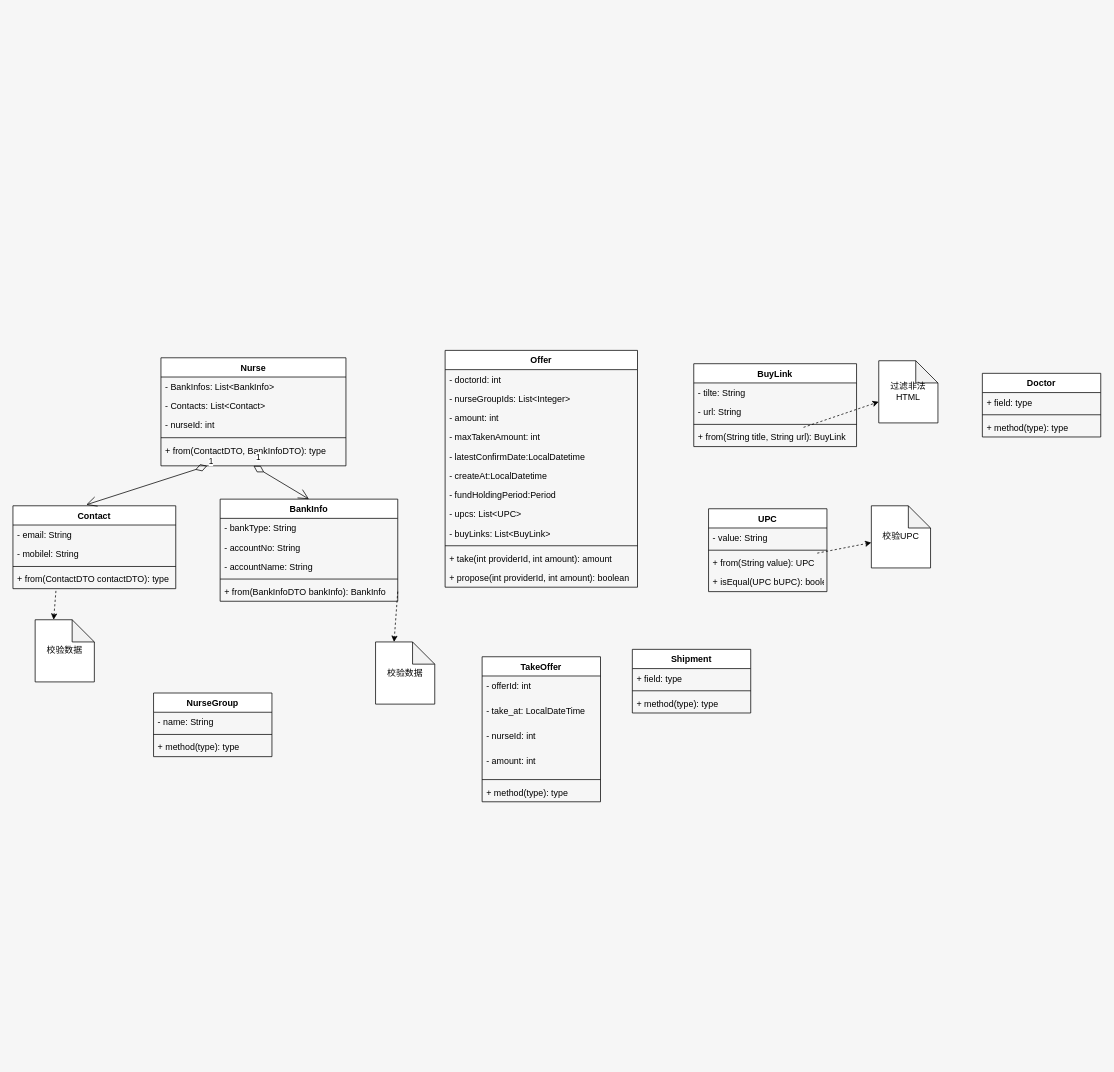
Above: YH_Offer_DomainModel.drawio in rockysynergy/draws (draw.io), before the change. Source tidied: cells renumbered, new cells numbered last; positions are measured from the earlier drawing's top-left corner, leaving out a move shared by most shapes. Both pictures are drawn from the tidied source at 74%, with x=0, y=0 at pixel (13, 350).
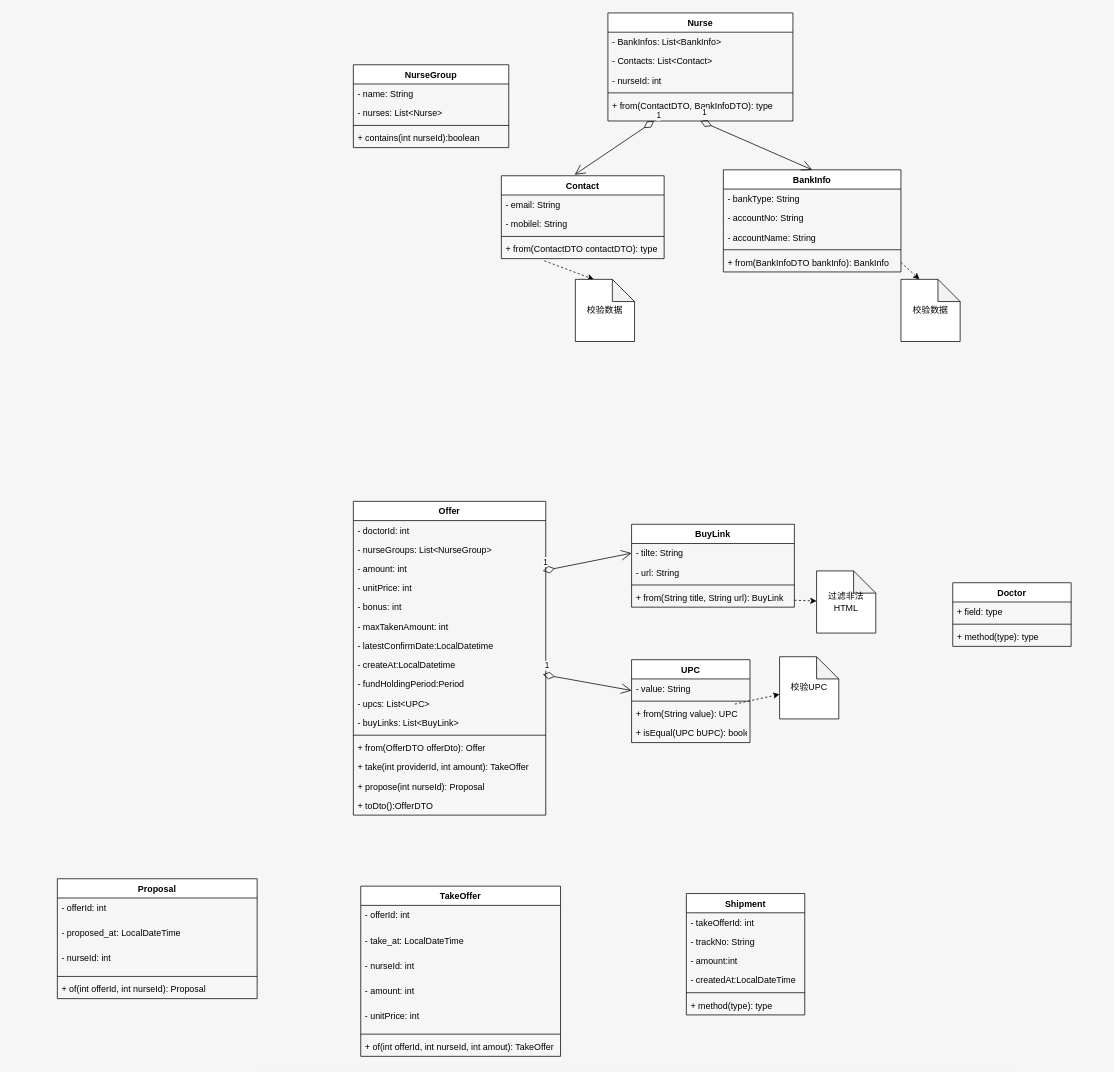
Above is the later version.

The change refers to these unchanged cells:
```xml
<mxCell id="61" value="- tilte: String" style="text;strokeColor=none;fillColor=none;align=left;verticalAlign=top;spacingLeft=4;spacingRight=4;overflow=hidden;points=[[0,0.5],[1,0.5]];portConstraint=eastwest;" parent="60" vertex="1">
  <mxGeometry y="26" width="220" height="26" as="geometry" />
</mxCell>
```

What changed in the source:
```diff
@@
     <mxCell id="2" value="Offer" style="swimlane;fontStyle=1;align=center;verticalAlign=top;horizontal=1;startSize=26;" parent="1" vertex="1">
-      <mxGeometry x="584" width="260" height="320" as="geometry" />
+      <mxGeometry x="460" y="204" width="260" height="424" as="geometry" />
     </mxCell>
@@
-    <mxCell id="4" value="- nurseGroupIds: List&lt;Integer&gt;" style="text;strokeColor=none;fillColor=none;align=left;verticalAlign=top;spacingLeft=4;spacingRight=4;overflow=hidden;" parent="2" vertex="1">
+    <mxCell id="4" value="- nurseGroups: List&lt;NurseGroup&gt;" style="text;strokeColor=none;fillColor=none;align=left;verticalAlign=top;spacingLeft=4;spacingRight=4;overflow=hidden;" parent="2" vertex="1">
       <mxGeometry y="52" width="260" height="26" as="geometry" />
     </mxCell>
@@
+    <mxCell id="71" value="1" style="endArrow=open;html=1;endSize=12;startArrow=diamondThin;startSize=14;startFill=0;align=left;verticalAlign=bottom;rounded=0;entryX=0;entryY=0.5;entryDx=0;entryDy=0;" parent="2" edge="1" target="61">
+      <mxGeometry x="-1" y="3" relative="1" as="geometry">
+        <mxPoint x="256" y="94" as="sourcePoint" />
+      </mxGeometry>
+    </mxCell>
+    <mxCell id="72" value="- unitPrice: int" style="text;strokeColor=none;fillColor=none;align=left;verticalAlign=top;spacingLeft=4;spacingRight=4;overflow=hidden;" parent="2" vertex="1">
+      <mxGeometry y="104" width="260" height="26" as="geometry" />
+    </mxCell>
+    <mxCell id="73" value="- bonus: int" style="text;strokeColor=none;fillColor=none;align=left;verticalAlign=top;spacingLeft=4;spacingRight=4;overflow=hidden;" parent="2" vertex="1">
+      <mxGeometry y="130" width="260" height="26" as="geometry" />
+    </mxCell>
     <mxCell id="6" value="- maxTakenAmount: int" style="text;strokeColor=none;fillColor=none;align=left;verticalAlign=top;spacingLeft=4;spacingRight=4;overflow=hidden;" parent="2" vertex="1">
-      <mxGeometry y="104" width="260" height="26" as="geometry" />
+      <mxGeometry y="156" width="260" height="26" as="geometry" />
     </mxCell>
     <mxCell id="7" value="- latestConfirmDate:LocalDatetime" style="text;strokeColor=none;fillColor=none;align=left;verticalAlign=top;spacingLeft=4;spacingRight=4;overflow=hidden;" parent="2" vertex="1">
-      <mxGeometry y="130" width="260" height="26" as="geometry" />
+      <mxGeometry y="182" width="260" height="26" as="geometry" />
     </mxCell>
     <mxCell id="8" value="- createAt:LocalDatetime" style="text;strokeColor=none;fillColor=none;align=left;verticalAlign=top;spacingLeft=4;spacingRight=4;overflow=hidden;" parent="2" vertex="1">
-      <mxGeometry y="156" width="260" height="26" as="geometry" />
+      <mxGeometry y="208" width="260" height="26" as="geometry" />
     </mxCell>
     <mxCell id="9" value="- fundHoldingPeriod:Period" style="text;strokeColor=none;fillColor=none;align=left;verticalAlign=top;spacingLeft=4;spacingRight=4;overflow=hidden;" parent="2" vertex="1">
-      <mxGeometry y="182" width="260" height="26" as="geometry" />
+      <mxGeometry y="234" width="260" height="26" as="geometry" />
     </mxCell>
     <mxCell id="10" value="- upcs: List&lt;UPC&gt;" style="text;strokeColor=none;fillColor=none;align=left;verticalAlign=top;spacingLeft=4;spacingRight=4;overflow=hidden;" parent="2" vertex="1">
-      <mxGeometry y="208" width="260" height="26" as="geometry" />
+      <mxGeometry y="260" width="260" height="26" as="geometry" />
     </mxCell>
     <mxCell id="11" value="- buyLinks: List&lt;BuyLink&gt;" style="text;strokeColor=none;fillColor=none;align=left;verticalAlign=top;spacingLeft=4;spacingRight=4;overflow=hidden;" parent="2" vertex="1">
-      <mxGeometry y="234" width="260" height="26" as="geometry" />
+      <mxGeometry y="286" width="260" height="26" as="geometry" />
     </mxCell>
     <mxCell id="12" style="line;strokeWidth=1;fillColor=none;align=left;verticalAlign=middle;spacingTop=-1;spacingLeft=3;spacingRight=3;labelPosition=right;" parent="2" vertex="1">
-      <mxGeometry y="260" width="260" height="8" as="geometry" />
+      <mxGeometry y="312" width="260" height="8" as="geometry" />
     </mxCell>
+    <mxCell id="74" value="+ from(OfferDTO offerDto): Offer" style="text;strokeColor=none;fillColor=none;align=left;verticalAlign=top;spacingLeft=4;spacingRight=4;overflow=hidden;" parent="2" vertex="1">
+      <mxGeometry y="320" width="260" height="26" as="geometry" />
+    </mxCell>
-    <mxCell id="13" value="+ take(int providerId, int amount): amount" style="text;strokeColor=none;fillColor=none;align=left;verticalAlign=top;spacingLeft=4;spacingRight=4;overflow=hidden;" parent="2" vertex="1">
-      <mxGeometry y="268" width="260" height="26" as="geometry" />
+    <mxCell id="13" value="+ take(int providerId, int amount): TakeOffer" style="text;strokeColor=none;fillColor=none;align=left;verticalAlign=top;spacingLeft=4;spacingRight=4;overflow=hidden;" parent="2" vertex="1">
+      <mxGeometry y="346" width="260" height="26" as="geometry" />
     </mxCell>
-    <mxCell id="14" value="+ propose(int providerId, int amount): boolean" style="text;strokeColor=none;fillColor=none;align=left;verticalAlign=top;spacingLeft=4;spacingRight=4;overflow=hidden;" parent="2" vertex="1">
-      <mxGeometry y="294" width="260" height="26" as="geometry" />
+    <mxCell id="14" value="+ propose(int nurseId): Proposal" style="text;strokeColor=none;fillColor=none;align=left;verticalAlign=top;spacingLeft=4;spacingRight=4;overflow=hidden;" parent="2" vertex="1">
+      <mxGeometry y="372" width="260" height="26" as="geometry" />
     </mxCell>
+    <mxCell id="75" value="+ toDto():OfferDTO" style="text;strokeColor=none;fillColor=none;align=left;verticalAlign=top;spacingLeft=4;spacingRight=4;overflow=hidden;" parent="2" vertex="1">
+      <mxGeometry y="398" width="260" height="26" as="geometry" />
+    </mxCell>
     <mxCell id="15" value="Nurse" style="swimlane;fontStyle=1;align=center;verticalAlign=top;horizontal=1;startSize=26;" parent="1" vertex="1">
-      <mxGeometry x="200" y="10" width="250" height="146" as="geometry" />
+      <mxGeometry x="804" y="-456" width="250" height="146" as="geometry" />
     </mxCell>
@@
     <mxCell id="21" value="Doctor" style="swimlane;fontStyle=1;align=center;verticalAlign=top;horizontal=1;startSize=26;" parent="1" vertex="1">
-      <mxGeometry x="1310" y="31" width="160" height="86" as="geometry" />
+      <mxGeometry x="1270" y="314" width="160" height="86" as="geometry" />
     </mxCell>
@@
     <mxCell id="25" value="TakeOffer" style="swimlane;fontStyle=1;align=center;verticalAlign=top;horizontal=1;startSize=26;" parent="1" vertex="1">
-      <mxGeometry x="634" y="414" width="160" height="196" as="geometry" />
+      <mxGeometry x="470" y="724" width="270" height="230" as="geometry" />
     </mxCell>
     <mxCell id="26" value="- offerId: int" style="text;strokeColor=none;fillColor=none;align=left;verticalAlign=top;spacingLeft=4;spacingRight=4;overflow=hidden;" parent="25" vertex="1">
-      <mxGeometry y="26" width="160" height="34" as="geometry" />
+      <mxGeometry y="26" width="270" height="34" as="geometry" />
     </mxCell>
     <mxCell id="27" value="- take_at: LocalDateTime" style="text;strokeColor=none;fillColor=none;align=left;verticalAlign=top;spacingLeft=4;spacingRight=4;overflow=hidden;" parent="25" vertex="1">
-      <mxGeometry y="60" width="160" height="34" as="geometry" />
+      <mxGeometry y="60" width="270" height="34" as="geometry" />
     </mxCell>
     <mxCell id="28" value="- nurseId: int" style="text;strokeColor=none;fillColor=none;align=left;verticalAlign=top;spacingLeft=4;spacingRight=4;overflow=hidden;" parent="25" vertex="1">
-      <mxGeometry y="94" width="160" height="34" as="geometry" />
+      <mxGeometry y="94" width="270" height="34" as="geometry" />
     </mxCell>
     <mxCell id="29" value="- amount: int" style="text;strokeColor=none;fillColor=none;align=left;verticalAlign=top;spacingLeft=4;spacingRight=4;overflow=hidden;" parent="25" vertex="1">
-      <mxGeometry y="128" width="160" height="34" as="geometry" />
+      <mxGeometry y="128" width="270" height="34" as="geometry" />
     </mxCell>
+    <mxCell id="76" value="- unitPrice: int" style="text;strokeColor=none;fillColor=none;align=left;verticalAlign=top;spacingLeft=4;spacingRight=4;overflow=hidden;" parent="25" vertex="1">
+      <mxGeometry y="162" width="270" height="34" as="geometry" />
+    </mxCell>
     <mxCell id="30" style="line;strokeWidth=1;fillColor=none;align=left;verticalAlign=middle;spacingTop=-1;spacingLeft=3;spacingRight=3;labelPosition=right;" parent="25" vertex="1">
-      <mxGeometry y="162" width="160" height="8" as="geometry" />
+      <mxGeometry y="196" width="270" height="8" as="geometry" />
     </mxCell>
-    <mxCell id="31" value="+ method(type): type" style="text;strokeColor=none;fillColor=none;align=left;verticalAlign=top;spacingLeft=4;spacingRight=4;overflow=hidden;" parent="25" vertex="1">
-      <mxGeometry y="170" width="160" height="26" as="geometry" />
+    <mxCell id="31" value="+ of(int offerId, int nurseId, int amout): TakeOffer" style="text;strokeColor=none;fillColor=none;align=left;verticalAlign=top;spacingLeft=4;spacingRight=4;overflow=hidden;" parent="25" vertex="1">
+      <mxGeometry y="204" width="270" height="26" as="geometry" />
     </mxCell>
     <mxCell id="32" value="Contact" style="swimlane;fontStyle=1;align=center;verticalAlign=top;horizontal=1;startSize=26;" parent="1" vertex="1">
-      <mxGeometry y="210" width="220" height="112" as="geometry" />
+      <mxGeometry x="660" y="-236" width="220" height="112" as="geometry" />
     </mxCell>
@@
     <mxCell id="37" value="BankInfo" style="swimlane;fontStyle=1;align=center;verticalAlign=top;horizontal=1;startSize=26;" parent="1" vertex="1">
-      <mxGeometry x="280" y="201" width="240" height="138" as="geometry" />
+      <mxGeometry x="960" y="-244" width="240" height="138" as="geometry" />
     </mxCell>
@@
     <mxCell id="43" value="NurseGroup" style="swimlane;fontStyle=1;align=center;verticalAlign=top;horizontal=1;startSize=26;" parent="1" vertex="1">
-      <mxGeometry x="190" y="463" width="160" height="86" as="geometry" />
+      <mxGeometry x="460" y="-386" width="210" height="112" as="geometry" />
     </mxCell>
     <mxCell id="44" value="- name: String" style="text;strokeColor=none;fillColor=none;align=left;verticalAlign=top;spacingLeft=4;spacingRight=4;overflow=hidden;" parent="43" vertex="1">
-      <mxGeometry y="26" width="160" height="26" as="geometry" />
+      <mxGeometry y="26" width="210" height="26" as="geometry" />
     </mxCell>
+    <mxCell id="77" value="- nurses: List&lt;Nurse&gt;" style="text;strokeColor=none;fillColor=none;align=left;verticalAlign=top;spacingLeft=4;spacingRight=4;overflow=hidden;" parent="43" vertex="1">
+      <mxGeometry y="52" width="210" height="26" as="geometry" />
+    </mxCell>
     <mxCell id="45" style="line;strokeWidth=1;fillColor=none;align=left;verticalAlign=middle;spacingTop=-1;spacingLeft=3;spacingRight=3;labelPosition=right;" parent="43" vertex="1">
-      <mxGeometry y="52" width="160" height="8" as="geometry" />
+      <mxGeometry y="78" width="210" height="8" as="geometry" />
     </mxCell>
-    <mxCell id="46" value="+ method(type): type" style="text;strokeColor=none;fillColor=none;align=left;verticalAlign=top;spacingLeft=4;spacingRight=4;overflow=hidden;" parent="43" vertex="1">
-      <mxGeometry y="60" width="160" height="26" as="geometry" />
+    <mxCell id="46" value="+ contains(int nurseId):boolean" style="text;strokeColor=none;fillColor=none;align=left;verticalAlign=top;spacingLeft=4;spacingRight=4;overflow=hidden;" parent="43" vertex="1">
+      <mxGeometry y="86" width="210" height="26" as="geometry" />
     </mxCell>
@@
     <mxCell id="49" value="Shipment" style="swimlane;fontStyle=1;align=center;verticalAlign=top;horizontal=1;startSize=26;" parent="1" vertex="1">
-      <mxGeometry x="837" y="404" width="160" height="86" as="geometry" />
+      <mxGeometry x="910" y="734" width="160" height="164" as="geometry" />
     </mxCell>
-    <mxCell id="50" value="+ field: type" style="text;strokeColor=none;fillColor=none;align=left;verticalAlign=top;spacingLeft=4;spacingRight=4;overflow=hidden;" parent="49" vertex="1">
+    <mxCell id="50" value="- takeOfferId: int" style="text;strokeColor=none;fillColor=none;align=left;verticalAlign=top;spacingLeft=4;spacingRight=4;overflow=hidden;" parent="49" vertex="1">
       <mxGeometry y="26" width="160" height="26" as="geometry" />
     </mxCell>
+    <mxCell id="78" value="- trackNo: String" style="text;strokeColor=none;fillColor=none;align=left;verticalAlign=top;spacingLeft=4;spacingRight=4;overflow=hidden;" parent="49" vertex="1">
+      <mxGeometry y="52" width="160" height="26" as="geometry" />
+    </mxCell>
+    <mxCell id="79" value="- amount:int" style="text;strokeColor=none;fillColor=none;align=left;verticalAlign=top;spacingLeft=4;spacingRight=4;overflow=hidden;" parent="49" vertex="1">
+      <mxGeometry y="78" width="160" height="26" as="geometry" />
+    </mxCell>
+    <mxCell id="80" value="- createdAt:LocalDateTime" style="text;strokeColor=none;fillColor=none;align=left;verticalAlign=top;spacingLeft=4;spacingRight=4;overflow=hidden;" parent="49" vertex="1">
+      <mxGeometry y="104" width="160" height="26" as="geometry" />
+    </mxCell>
     <mxCell id="51" style="line;strokeWidth=1;fillColor=none;align=left;verticalAlign=middle;spacingTop=-1;spacingLeft=3;spacingRight=3;labelPosition=right;" parent="49" vertex="1">
-      <mxGeometry y="52" width="160" height="8" as="geometry" />
+      <mxGeometry y="130" width="160" height="8" as="geometry" />
     </mxCell>
     <mxCell id="52" value="+ method(type): type" style="text;strokeColor=none;fillColor=none;align=left;verticalAlign=top;spacingLeft=4;spacingRight=4;overflow=hidden;" parent="49" vertex="1">
-      <mxGeometry y="60" width="160" height="26" as="geometry" />
+      <mxGeometry y="138" width="160" height="26" as="geometry" />
     </mxCell>
     <mxCell id="53" value="UPC" style="swimlane;fontStyle=1;align=center;verticalAlign=top;horizontal=1;startSize=26;" parent="1" vertex="1">
-      <mxGeometry x="940" y="214" width="160" height="112" as="geometry" />
+      <mxGeometry x="836" y="418" width="160" height="112" as="geometry" />
     </mxCell>
@@
     <mxCell id="58" value="校验UPC" style="shape=note;whiteSpace=wrap;html=1;backgroundOutline=1;darkOpacity=0.05;" parent="1" vertex="1">
-      <mxGeometry x="1160" y="210" width="80" height="84" as="geometry" />
+      <mxGeometry x="1036" y="414" width="80" height="84" as="geometry" />
     </mxCell>
@@
     <mxCell id="60" value="BuyLink" style="swimlane;fontStyle=1;align=center;verticalAlign=top;horizontal=1;startSize=26;" parent="1" vertex="1">
-      <mxGeometry x="920" y="18" width="220" height="112" as="geometry" />
+      <mxGeometry x="836" y="235" width="220" height="112" as="geometry" />
     </mxCell>
@@
     <mxCell id="65" value="过滤非法HTML" style="shape=note;whiteSpace=wrap;html=1;backgroundOutline=1;darkOpacity=0.05;" parent="1" vertex="1">
-      <mxGeometry x="1170" y="14" width="80" height="84" as="geometry" />
+      <mxGeometry x="1086" y="298" width="80" height="84" as="geometry" />
     </mxCell>
@@
     <mxCell id="67" value="校验数据" style="shape=note;whiteSpace=wrap;html=1;backgroundOutline=1;darkOpacity=0.05;" parent="1" vertex="1">
-      <mxGeometry x="490" y="394" width="80" height="84" as="geometry" />
+      <mxGeometry x="1200" y="-96" width="80" height="84" as="geometry" />
     </mxCell>
@@
     <mxCell id="70" value="校验数据" style="shape=note;whiteSpace=wrap;html=1;backgroundOutline=1;darkOpacity=0.05;" parent="1" vertex="1">
-      <mxGeometry x="30" y="364" width="80" height="84" as="geometry" />
+      <mxGeometry x="760" y="-96" width="80" height="84" as="geometry" />
     </mxCell>
+    <mxCell id="81" value="1" style="endArrow=open;html=1;endSize=12;startArrow=diamondThin;startSize=14;startFill=0;align=left;verticalAlign=bottom;rounded=0;" parent="1" edge="1" target="53">
+      <mxGeometry x="-1" y="3" relative="1" as="geometry">
+        <mxPoint x="716" y="438" as="sourcePoint" />
+      </mxGeometry>
+    </mxCell>
+    <mxCell id="82" value="Proposal" style="swimlane;fontStyle=1;align=center;verticalAlign=top;horizontal=1;startSize=26;" parent="1" vertex="1">
+      <mxGeometry x="60" y="714" width="270" height="162" as="geometry" />
+    </mxCell>
+    <mxCell id="83" value="- offerId: int" style="text;strokeColor=none;fillColor=none;align=left;verticalAlign=top;spacingLeft=4;spacingRight=4;overflow=hidden;" parent="82" vertex="1">
+      <mxGeometry y="26" width="270" height="34" as="geometry" />
+    </mxCell>
+    <mxCell id="84" value="- proposed_at: LocalDateTime" style="text;strokeColor=none;fillColor=none;align=left;verticalAlign=top;spacingLeft=4;spacingRight=4;overflow=hidden;" parent="82" vertex="1">
+      <mxGeometry y="60" width="270" height="34" as="geometry" />
+    </mxCell>
+    <mxCell id="85" value="- nurseId: int" style="text;strokeColor=none;fillColor=none;align=left;verticalAlign=top;spacingLeft=4;spacingRight=4;overflow=hidden;" parent="82" vertex="1">
+      <mxGeometry y="94" width="270" height="34" as="geometry" />
+    </mxCell>
+    <mxCell id="86" style="line;strokeWidth=1;fillColor=none;align=left;verticalAlign=middle;spacingTop=-1;spacingLeft=3;spacingRight=3;labelPosition=right;" parent="82" vertex="1">
+      <mxGeometry y="128" width="270" height="8" as="geometry" />
+    </mxCell>
+    <mxCell id="87" value="+ of(int offerId, int nurseId): Proposal" style="text;strokeColor=none;fillColor=none;align=left;verticalAlign=top;spacingLeft=4;spacingRight=4;overflow=hidden;" parent="82" vertex="1">
+      <mxGeometry y="136" width="270" height="26" as="geometry" />
+    </mxCell>
```
